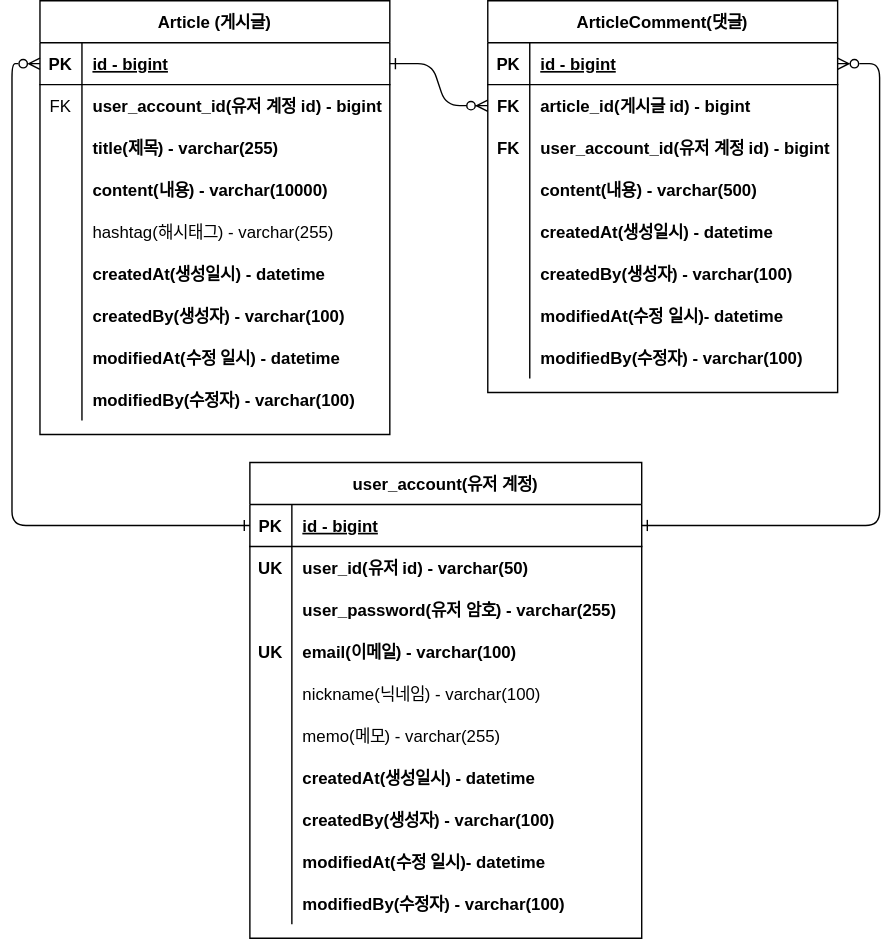
This is document/BoardService.svg from Inderby/BoardService, a draw.io export, as it was before one commit. Source tidied: cells renumbered, new cells last; positions are measured from the earlier drawing's top-left corner, leaving out a move shared by most shapes.
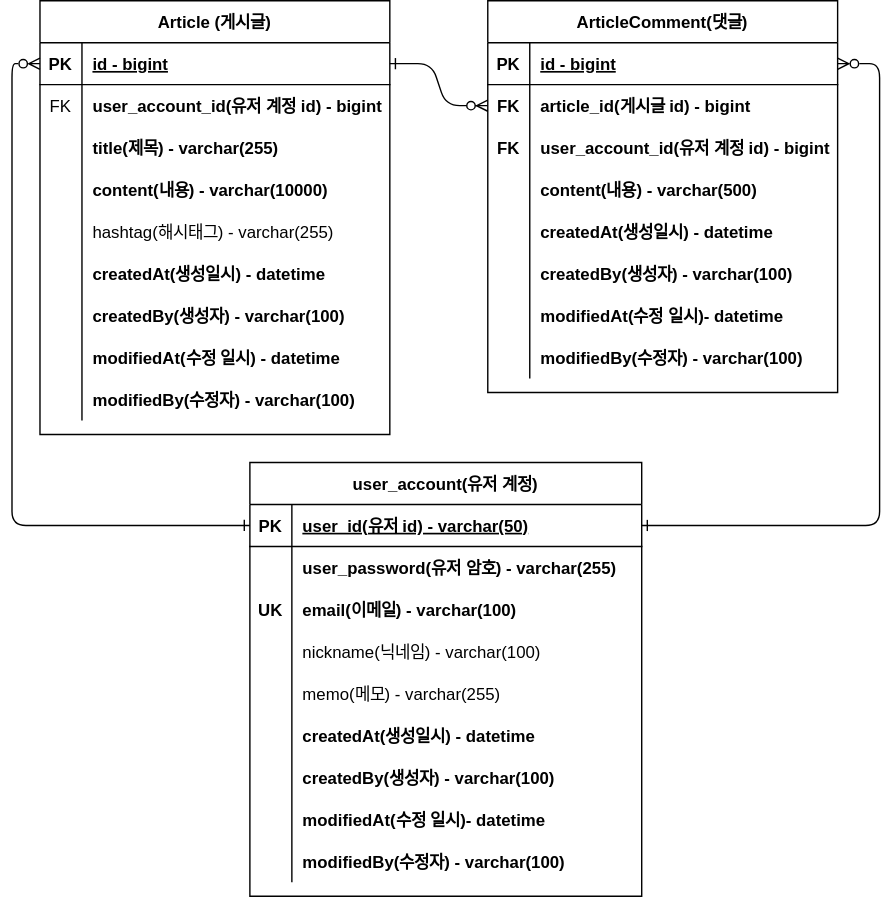
Above is the later version.

Commit message:
#40 - BigInt형 Id 컬럼 삭제 후 PK로 user_id 변경

Diff of the diagram source:
```diff
@@ -165,7 +165,7 @@
       <mxGeometry x="30" width="220" height="30" as="geometry" />
     </mxCell>
     <mxCell id="56" value="user_account(유저 계정)" style="shape=table;startSize=30;rowLines=0;fontStyle=1;align=center;" parent="1" vertex="1">
-      <mxGeometry x="150" y="330" width="280" height="340" as="geometry" />
+      <mxGeometry x="150" y="330" width="280" height="310" as="geometry" />
     </mxCell>
     <mxCell id="57" style="shape=partialRectangle;fillColor=none;points=[[0,0.5],[1,0.5]];portConstraint=eastwest;top=0;left=0;right=0;bottom=1;" parent="56" vertex="1">
       <mxGeometry y="30" width="280" height="30" as="geometry" />
@@ -173,20 +173,11 @@
     <mxCell id="58" value="PK" style="shape=partialRectangle;overflow=hidden;fillColor=none;top=0;left=0;bottom=0;right=0;fontStyle=1;" parent="57" vertex="1">
       <mxGeometry width="30" height="30" as="geometry" />
     </mxCell>
-    <mxCell id="59" value="id - bigint" style="shape=partialRectangle;overflow=hidden;fillColor=none;top=0;left=0;bottom=0;right=0;align=left;spacingLeft=6;fontStyle=5;" parent="57" vertex="1">
+    <mxCell id="59" value="user_id(유저 id) - varchar(50)" style="shape=partialRectangle;overflow=hidden;fillColor=none;top=0;left=0;bottom=0;right=0;align=left;spacingLeft=6;fontStyle=5;" parent="57" vertex="1">
       <mxGeometry x="30" width="250" height="30" as="geometry" />
     </mxCell>
-    <mxCell id="60" style="shape=partialRectangle;fillColor=none;top=0;left=0;right=0;bottom=0;" parent="56" vertex="1">
-      <mxGeometry y="60" width="280" height="30" as="geometry" />
-    </mxCell>
-    <mxCell id="61" value="UK" style="shape=partialRectangle;overflow=hidden;fillColor=none;top=0;left=0;bottom=0;right=0;fontStyle=1;" parent="60" vertex="1">
-      <mxGeometry width="30" height="30" as="geometry" />
-    </mxCell>
-    <mxCell id="62" value="user_id(유저 id) - varchar(50)" style="shape=partialRectangle;overflow=hidden;fillColor=none;top=0;left=0;bottom=0;right=0;align=left;spacingLeft=6;fontStyle=1;" parent="60" vertex="1">
-      <mxGeometry x="30" width="250" height="30" as="geometry" />
-    </mxCell>
     <mxCell id="63" style="shape=partialRectangle;fillColor=none;top=0;left=0;right=0;bottom=0;" parent="56" vertex="1">
-      <mxGeometry y="90" width="280" height="30" as="geometry" />
+      <mxGeometry y="60" width="280" height="30" as="geometry" />
     </mxCell>
     <mxCell id="64" style="shape=partialRectangle;overflow=hidden;fillColor=none;top=0;left=0;bottom=0;right=0;" parent="63" vertex="1">
       <mxGeometry width="30" height="30" as="geometry" />
@@ -195,7 +186,7 @@
       <mxGeometry x="30" width="250" height="30" as="geometry" />
     </mxCell>
     <mxCell id="66" style="shape=partialRectangle;fillColor=none;top=0;left=0;right=0;bottom=0;" parent="56" vertex="1">
-      <mxGeometry y="120" width="280" height="30" as="geometry" />
+      <mxGeometry y="90" width="280" height="30" as="geometry" />
     </mxCell>
     <mxCell id="67" value="UK" style="shape=partialRectangle;overflow=hidden;fillColor=none;top=0;left=0;bottom=0;right=0;fontStyle=1;" parent="66" vertex="1">
       <mxGeometry width="30" height="30" as="geometry" />
@@ -204,7 +195,7 @@
       <mxGeometry x="30" width="250" height="30" as="geometry" />
     </mxCell>
     <mxCell id="69" style="shape=partialRectangle;fillColor=none;top=0;left=0;right=0;bottom=0;" parent="56" vertex="1">
-      <mxGeometry y="150" width="280" height="30" as="geometry" />
+      <mxGeometry y="120" width="280" height="30" as="geometry" />
     </mxCell>
     <mxCell id="70" style="shape=partialRectangle;overflow=hidden;fillColor=none;top=0;left=0;bottom=0;right=0;" parent="69" vertex="1">
       <mxGeometry width="30" height="30" as="geometry" />
@@ -213,7 +204,7 @@
       <mxGeometry x="30" width="250" height="30" as="geometry" />
     </mxCell>
     <mxCell id="72" style="shape=partialRectangle;fillColor=none;top=0;left=0;right=0;bottom=0;" parent="56" vertex="1">
-      <mxGeometry y="180" width="280" height="30" as="geometry" />
+      <mxGeometry y="150" width="280" height="30" as="geometry" />
     </mxCell>
     <mxCell id="73" style="shape=partialRectangle;overflow=hidden;fillColor=none;top=0;left=0;bottom=0;right=0;" parent="72" vertex="1">
       <mxGeometry width="30" height="30" as="geometry" />
@@ -222,7 +213,7 @@
       <mxGeometry x="30" width="250" height="30" as="geometry" />
     </mxCell>
     <mxCell id="75" style="shape=partialRectangle;fillColor=none;top=0;left=0;right=0;bottom=0;" parent="56" vertex="1">
-      <mxGeometry y="210" width="280" height="30" as="geometry" />
+      <mxGeometry y="180" width="280" height="30" as="geometry" />
     </mxCell>
     <mxCell id="76" style="shape=partialRectangle;overflow=hidden;fillColor=none;top=0;left=0;bottom=0;right=0;" parent="75" vertex="1">
       <mxGeometry width="30" height="30" as="geometry" />
@@ -231,7 +222,7 @@
       <mxGeometry x="30" width="250" height="30" as="geometry" />
     </mxCell>
     <mxCell id="78" style="shape=partialRectangle;fillColor=none;top=0;left=0;right=0;bottom=0;" parent="56" vertex="1">
-      <mxGeometry y="240" width="280" height="30" as="geometry" />
+      <mxGeometry y="210" width="280" height="30" as="geometry" />
     </mxCell>
     <mxCell id="79" style="shape=partialRectangle;overflow=hidden;fillColor=none;top=0;left=0;bottom=0;right=0;" parent="78" vertex="1">
       <mxGeometry width="30" height="30" as="geometry" />
@@ -240,7 +231,7 @@
       <mxGeometry x="30" width="250" height="30" as="geometry" />
     </mxCell>
     <mxCell id="81" style="shape=partialRectangle;fillColor=none;top=0;left=0;right=0;bottom=0;" parent="56" vertex="1">
-      <mxGeometry y="270" width="280" height="30" as="geometry" />
+      <mxGeometry y="240" width="280" height="30" as="geometry" />
     </mxCell>
     <mxCell id="82" style="shape=partialRectangle;overflow=hidden;fillColor=none;top=0;left=0;bottom=0;right=0;" parent="81" vertex="1">
       <mxGeometry width="30" height="30" as="geometry" />
@@ -249,7 +240,7 @@
       <mxGeometry x="30" width="250" height="30" as="geometry" />
     </mxCell>
     <mxCell id="84" style="shape=partialRectangle;fillColor=none;top=0;left=0;right=0;bottom=0;" parent="56" vertex="1">
-      <mxGeometry y="300" width="280" height="30" as="geometry" />
+      <mxGeometry y="270" width="280" height="30" as="geometry" />
     </mxCell>
     <mxCell id="85" style="shape=partialRectangle;overflow=hidden;fillColor=none;top=0;left=0;bottom=0;right=0;" parent="84" vertex="1">
       <mxGeometry width="30" height="30" as="geometry" />
```
